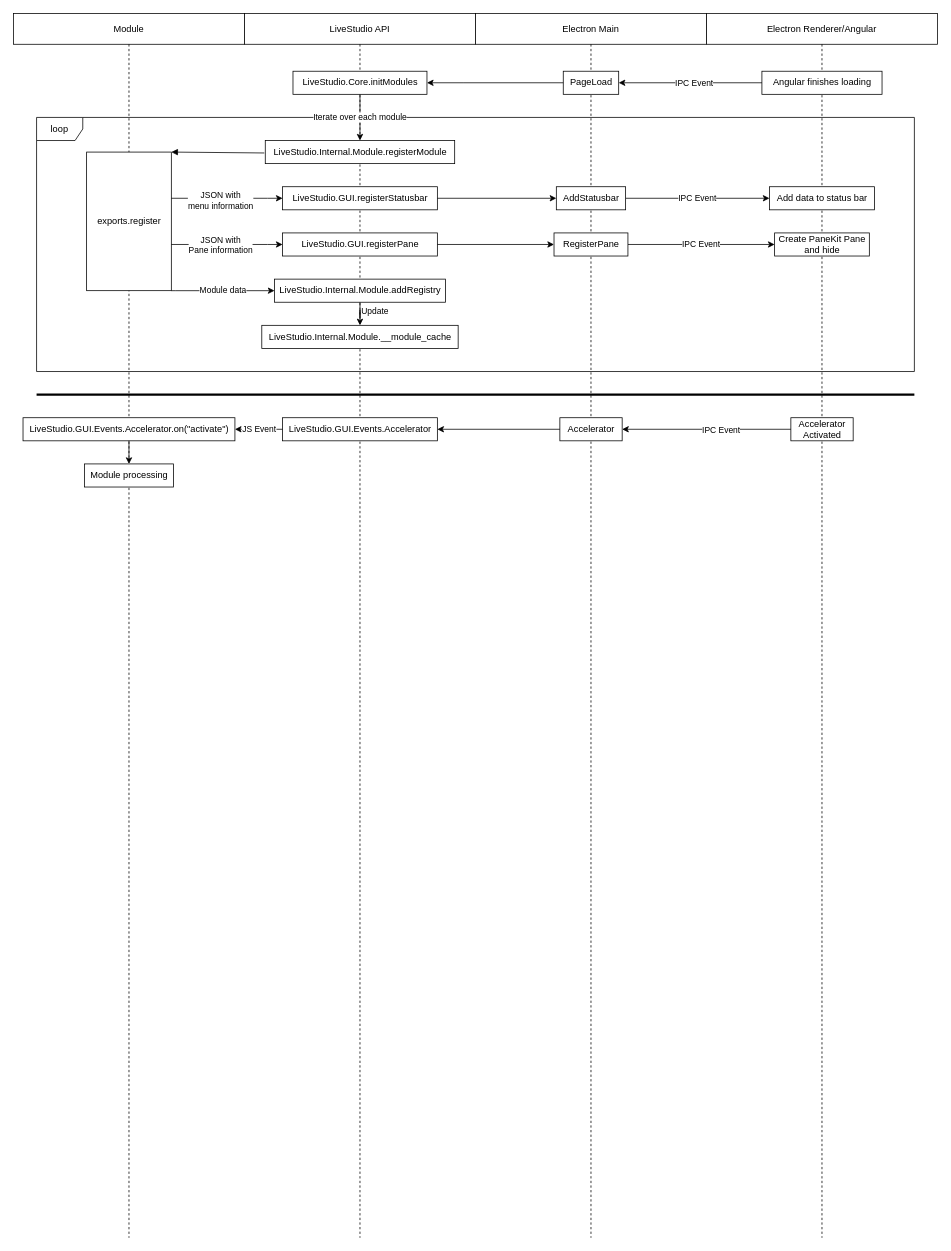
This is livestudio.drawio from scoutchorton/livestudio, a draw.io file, before an edit. Source tidied: cells renumbered, new cells numbered last; positions are measured from the earlier drawing's top-left corner, leaving out a move shared by most shapes. Both pictures are drawn from the tidied source at 77%, with x=0, y=0 at pixel (13, 13).
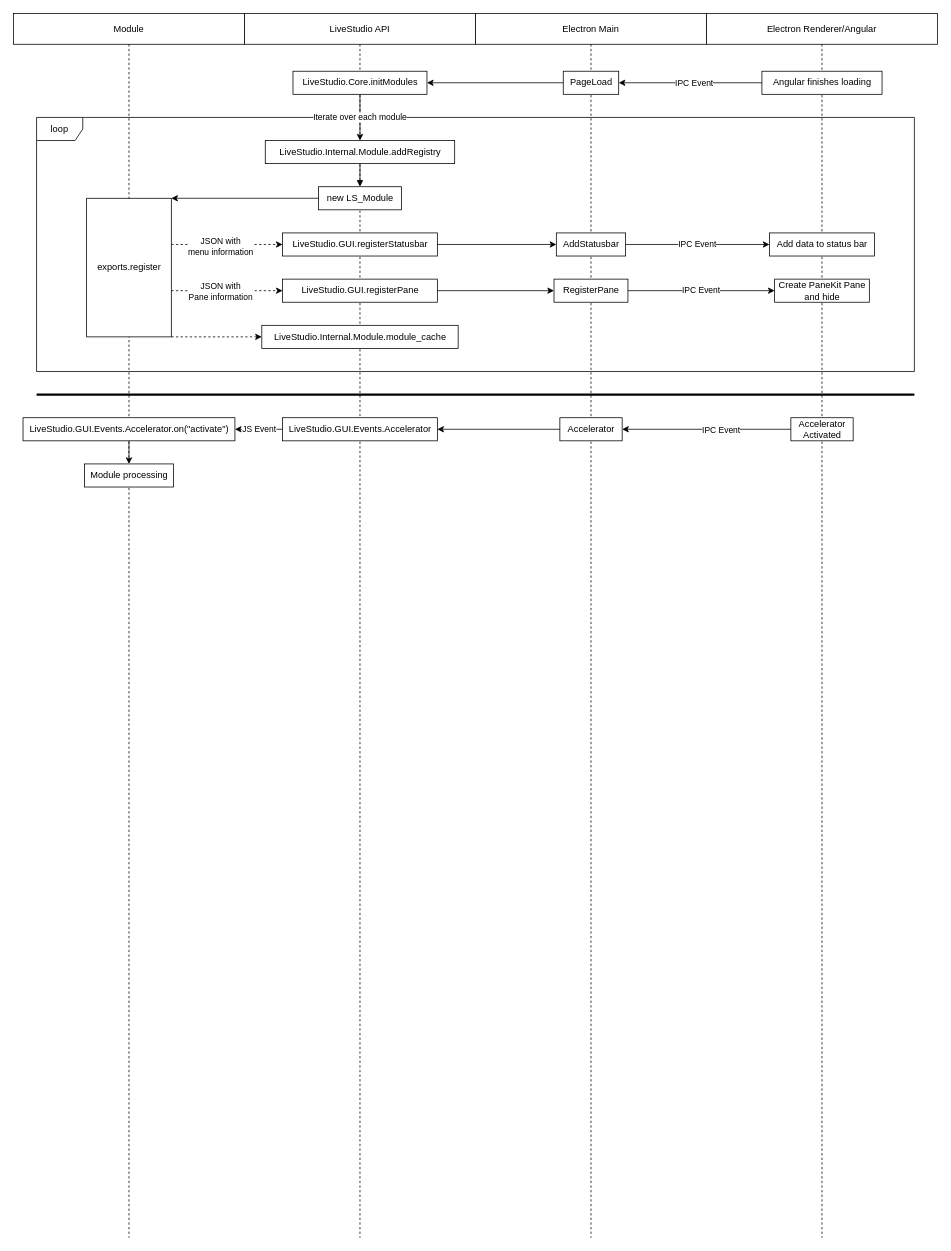
After the change.

Commit message:
Unadded change to draw.io diagram

The change refers to these unchanged cells:
```xml
<mxCell id="3" value="Module" style="shape=umlLifeline;perimeter=lifelinePerimeter;whiteSpace=wrap;html=1;" parent="1" vertex="1">
  <mxGeometry width="300" height="1590" as="geometry" />
</mxCell>
<mxCell id="8" value="LiveStudio API" style="shape=umlLifeline;perimeter=lifelinePerimeter;whiteSpace=wrap;html=1;" parent="1" vertex="1">
  <mxGeometry x="300" width="300" height="1590" as="geometry" />
</mxCell>
<mxCell id="18" value="Electron Renderer/Angular" style="shape=umlLifeline;perimeter=lifelinePerimeter;whiteSpace=wrap;html=1;" parent="1" vertex="1">
  <mxGeometry x="900" width="300" height="1590" as="geometry" />
</mxCell>
<mxCell id="35" value="Electron Main" style="shape=umlLifeline;perimeter=lifelinePerimeter;whiteSpace=wrap;html=1;" parent="1" vertex="1">
  <mxGeometry x="600" width="300" height="1590" as="geometry" />
</mxCell>
```

Change to the diagram source:
```diff
@@
     <mxCell id="4" value="exports.register" style="html=1;points=[];perimeter=orthogonalPerimeter;verticalAlign=middle;" parent="3" vertex="1">
-      <mxGeometry x="95" y="180" width="110" height="180" as="geometry" />
+      <mxGeometry x="95" y="240" width="110" height="180" as="geometry" />
     </mxCell>
@@
-    <mxCell id="9" value="LiveStudio.GUI.registerStatusbar" style="html=1;points=[];perimeter=orthogonalPerimeter;" parent="8" vertex="1">
-      <mxGeometry x="49.5" y="225" width="201" height="30" as="geometry" />
-    </mxCell>
-    <mxCell id="10" value="LiveStudio.GUI.registerPane" style="html=1;points=[];perimeter=orthogonalPerimeter;" parent="8" vertex="1">
-      <mxGeometry x="49.5" y="285" width="201" height="30" as="geometry" />
-    </mxCell>
-    <mxCell id="11" value="LiveStudio.Internal.Module.addRegistry" style="html=1;points=[];perimeter=orthogonalPerimeter;" parent="8" vertex="1">
-      <mxGeometry x="39" y="345" width="222" height="30" as="geometry" />
-    </mxCell>
-    <mxCell id="12" value="LiveStudio.Internal.Module.__module_cache" style="html=1;points=[];perimeter=orthogonalPerimeter;" parent="8" vertex="1">
-      <mxGeometry x="22.5" y="405" width="255" height="30" as="geometry" />
-    </mxCell>
-    <mxCell id="13" value="Update" style="edgeStyle=orthogonalEdgeStyle;rounded=0;jettySize=auto;html=1;verticalAlign=middle;align=left;" parent="8" edge="1" source="11" target="12">
-      <mxGeometry x="0.13" relative="1" as="geometry" />
-    </mxCell>
@@
-    <mxCell id="15" value="LiveStudio.Internal.Module.registerModule" style="html=1;points=[];perimeter=orthogonalPerimeter;" parent="8" vertex="1">
+    <mxCell id="15" value="LiveStudio.Internal.Module.addRegistry" style="html=1;points=[];perimeter=orthogonalPerimeter;" parent="8" vertex="1">
       <mxGeometry x="27" y="165" width="246" height="30" as="geometry" />
     </mxCell>
@@
+    <mxCell id="9" value="LiveStudio.GUI.registerStatusbar" style="html=1;points=[];perimeter=orthogonalPerimeter;" parent="8" vertex="1">
+      <mxGeometry x="49.5" y="285" width="201" height="30" as="geometry" />
+    </mxCell>
+    <mxCell id="10" value="LiveStudio.GUI.registerPane" style="html=1;points=[];perimeter=orthogonalPerimeter;" parent="8" vertex="1">
+      <mxGeometry x="49.5" y="345" width="201" height="30" as="geometry" />
+    </mxCell>
+    <mxCell id="46" value="new LS_Module" style="html=1;points=[];perimeter=orthogonalPerimeter;" parent="8" vertex="1">
+      <mxGeometry x="96" y="225" width="108" height="30" as="geometry" />
+    </mxCell>
+    <mxCell id="24" style="html=1;verticalAlign=bottom;endArrow=block;" parent="8" edge="1" source="15" target="46">
+      <mxGeometry relative="1" as="geometry" />
+    </mxCell>
+    <mxCell id="12" value="LiveStudio.Internal.Module.module_cache" style="html=1;points=[];perimeter=orthogonalPerimeter;" parent="8" vertex="1">
+      <mxGeometry x="22.5" y="405" width="255" height="30" as="geometry" />
+    </mxCell>
@@
     <mxCell id="20" value="Add data to status bar" style="html=1;points=[];perimeter=orthogonalPerimeter;" parent="18" vertex="1">
-      <mxGeometry x="81.8" y="225" width="136.5" height="30" as="geometry" />
+      <mxGeometry x="81.8" y="285" width="136.5" height="30" as="geometry" />
     </mxCell>
     <mxCell id="21" value="Create PaneKit Pane&lt;br&gt;and hide" style="html=1;points=[];perimeter=orthogonalPerimeter;" parent="18" vertex="1">
-      <mxGeometry x="88.5" y="285" width="123" height="30" as="geometry" />
+      <mxGeometry x="88.5" y="345" width="123" height="30" as="geometry" />
     </mxCell>
@@
-    <mxCell id="24" style="html=1;verticalAlign=bottom;endArrow=block;entryX=1;entryY=0;exitX=-0.005;exitY=0.539;exitDx=0;exitDy=0;exitPerimeter=0;" parent="1" edge="1" source="15" target="4">
-      <mxGeometry relative="1" as="geometry" />
-    </mxCell>
-    <mxCell id="25" style="edgeStyle=orthogonalEdgeStyle;rounded=0;jettySize=auto;html=1;" parent="1" edge="1" source="4" target="9">
+    <mxCell id="25" style="edgeStyle=orthogonalEdgeStyle;rounded=0;jettySize=auto;html=1;dashed=1;" parent="1" edge="1" source="4" target="9">
       <mxGeometry relative="1" as="geometry">
         <Array as="points">
-          <mxPoint x="330" y="240" />
-          <mxPoint x="330" y="240" />
+          <mxPoint x="240" y="300" />
+          <mxPoint x="240" y="300" />
         </Array>
       </mxGeometry>
     </mxCell>
@@
-    <mxCell id="32" style="edgeStyle=orthogonalEdgeStyle;rounded=0;jettySize=auto;html=1;fontColor=#000000;verticalAlign=middle;" parent="1" edge="1" source="4" target="10">
+    <mxCell id="32" style="edgeStyle=orthogonalEdgeStyle;rounded=0;jettySize=auto;html=1;fontColor=#000000;verticalAlign=middle;dashed=1;" parent="1" edge="1" source="4" target="10">
       <mxGeometry relative="1" as="geometry">
         <Array as="points">
-          <mxPoint x="330" y="300" />
-          <mxPoint x="330" y="300" />
+          <mxPoint x="240" y="360" />
+          <mxPoint x="240" y="360" />
         </Array>
       </mxGeometry>
     </mxCell>
@@
     <mxCell id="37" value="AddStatusbar" style="html=1;points=[];perimeter=orthogonalPerimeter;" parent="35" vertex="1">
-      <mxGeometry x="105" y="225" width="90" height="30" as="geometry" />
+      <mxGeometry x="105" y="285" width="90" height="30" as="geometry" />
     </mxCell>
     <mxCell id="38" value="RegisterPane" style="html=1;points=[];perimeter=orthogonalPerimeter;" parent="35" vertex="1">
-      <mxGeometry x="102" y="285" width="96" height="30" as="geometry" />
+      <mxGeometry x="102" y="345" width="96" height="30" as="geometry" />
     </mxCell>
@@
-    <mxCell id="44" value="Module data" style="edgeStyle=orthogonalEdgeStyle;rounded=0;jettySize=auto;html=1;" parent="1" edge="1" source="4" target="11">
+    <mxCell id="44" style="edgeStyle=orthogonalEdgeStyle;rounded=0;jettySize=auto;html=1;dashed=1;" parent="1" edge="1" source="4" target="12">
       <mxGeometry relative="1" as="geometry">
         <Array as="points">
-          <mxPoint x="210" y="360" />
-          <mxPoint x="210" y="360" />
+          <mxPoint x="240" y="420" />
+          <mxPoint x="240" y="420" />
         </Array>
       </mxGeometry>
     </mxCell>
@@
+    <mxCell id="47" style="edgeStyle=orthogonalEdgeStyle;rounded=0;jettySize=auto;html=1;" parent="1" edge="1" source="46" target="4">
+      <mxGeometry relative="1" as="geometry">
+        <Array as="points">
+          <mxPoint x="240" y="240" />
+          <mxPoint x="240" y="240" />
+        </Array>
+      </mxGeometry>
+    </mxCell>
```
